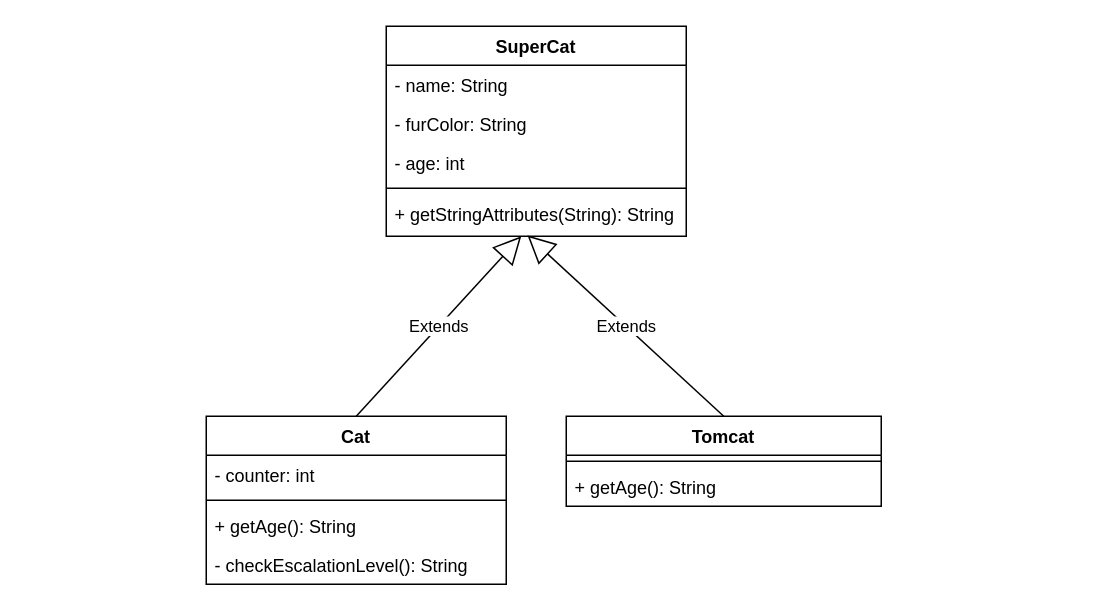
Above: page "SuperCat_Cat_Tomcat" (3 of 3) of classdiagram.drawio in 02-OOP/03a_Inheritance_1 (draw.io), before the change. Source tidied: cells renumbered, new cells numbered last; positions are measured from the earlier drawing's top-left corner, leaving out a move shared by most shapes. Both pictures are drawn from the tidied source at 150%, with x=0, y=0 at pixel (206, 26).
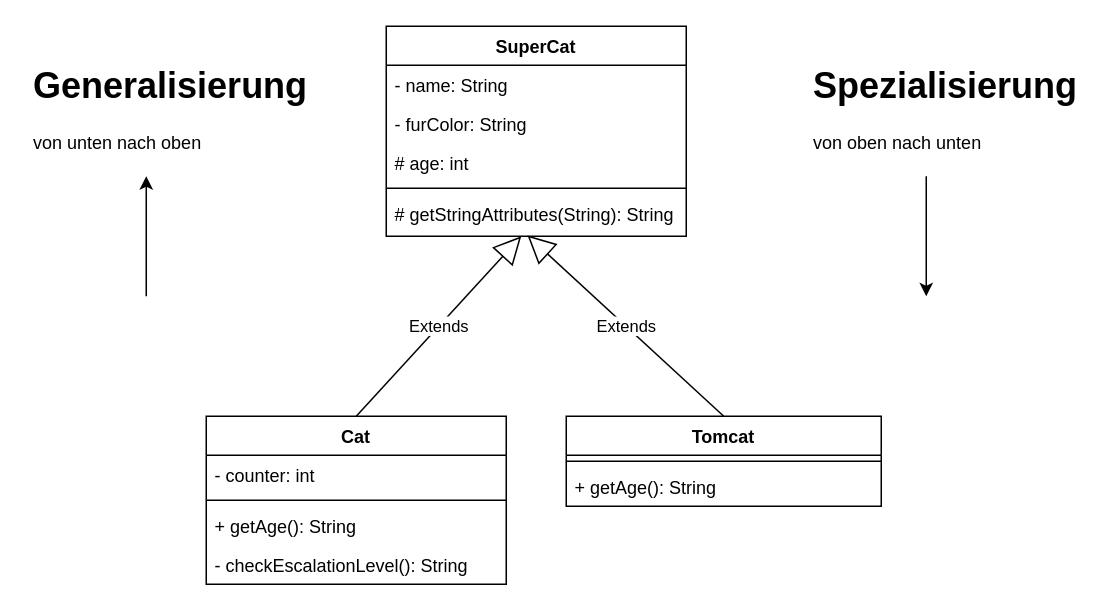
Above is the later version.

Commit message (it also covers changes not shown here):
Generalisierung / Spezialisierung

The change refers to these unchanged cells:
```xml
<mxCell id="10" value="SuperCat" style="swimlane;fontStyle=1;align=center;verticalAlign=top;horizontal=1;startSize=26;" parent="1" vertex="1">
  <mxGeometry x="120" width="200" height="140" as="geometry" />
</mxCell>
```

Change to the diagram source:
```diff
@@
-    <mxCell id="13" value="- age: int" style="text;strokeColor=none;fillColor=none;align=left;verticalAlign=top;spacingLeft=4;spacingRight=4;overflow=hidden;" parent="10" vertex="1">
+    <mxCell id="13" value="# age: int" style="text;strokeColor=none;fillColor=none;align=left;verticalAlign=top;spacingLeft=4;spacingRight=4;overflow=hidden;" parent="10" vertex="1">
       <mxGeometry y="78" width="200" height="26" as="geometry" />
     </mxCell>
@@
-    <mxCell id="15" value="+ getStringAttributes(String): String" style="text;strokeColor=none;fillColor=none;align=left;verticalAlign=top;spacingLeft=4;spacingRight=4;overflow=hidden;points=[[0,0.5],[1,0.5]];portConstraint=eastwest;" parent="10" vertex="1">
+    <mxCell id="15" value="# getStringAttributes(String): String" style="text;strokeColor=none;fillColor=none;align=left;verticalAlign=top;spacingLeft=4;spacingRight=4;overflow=hidden;points=[[0,0.5],[1,0.5]];portConstraint=eastwest;" parent="10" vertex="1">
       <mxGeometry y="112" width="200" height="28" as="geometry" />
     </mxCell>
@@
+    <mxCell id="18" value="&lt;h1&gt;Generalisierung&lt;/h1&gt;&lt;div&gt;von unten nach oben&lt;/div&gt;" style="text;html=1;strokeColor=none;fillColor=none;spacing=5;spacingTop=-20;whiteSpace=wrap;overflow=hidden;rounded=0;" parent="1" vertex="1">
+      <mxGeometry x="-120" y="20" width="190" height="70" as="geometry" />
+    </mxCell>
+    <mxCell id="19" value="&lt;h1&gt;Spezialisierung&lt;/h1&gt;&lt;div&gt;von oben nach unten&lt;/div&gt;" style="text;html=1;strokeColor=none;fillColor=none;spacing=5;spacingTop=-20;whiteSpace=wrap;overflow=hidden;rounded=0;" parent="1" vertex="1">
+      <mxGeometry x="400" y="20" width="190" height="70" as="geometry" />
+    </mxCell>
+    <mxCell id="20" style="endArrow=classic;html=1;" parent="1" edge="1">
+      <mxGeometry relative="1" as="geometry">
+        <mxPoint x="-40" y="180" as="sourcePoint" />
+        <mxPoint x="-40" y="100" as="targetPoint" />
+      </mxGeometry>
+    </mxCell>
+    <mxCell id="21" style="endArrow=classic;html=1;" parent="1" edge="1">
+      <mxGeometry relative="1" as="geometry">
+        <mxPoint x="480" y="100" as="sourcePoint" />
+        <mxPoint x="480" y="180" as="targetPoint" />
+      </mxGeometry>
+    </mxCell>
```
